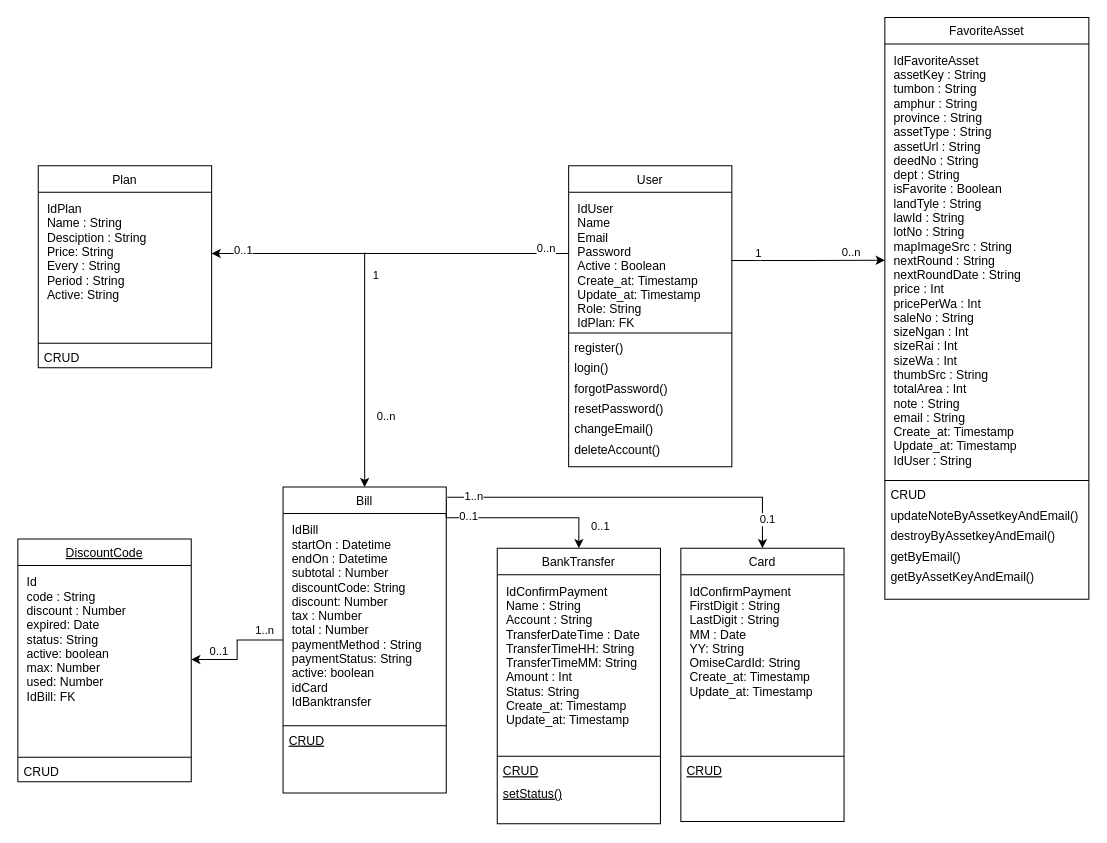
Chawn/pramoolquick-laravel-vue keeps this draw.io diagram as Pramool Quick Laravel-Vue.drawio. Above is the earlier version. Source tidied: cells renumbered, new cells numbered last; positions are measured from the earlier drawing's top-left corner, leaving out a move shared by most shapes. Both pictures are drawn from the tidied source at 102%, with x=0, y=0 at pixel (17, 17).
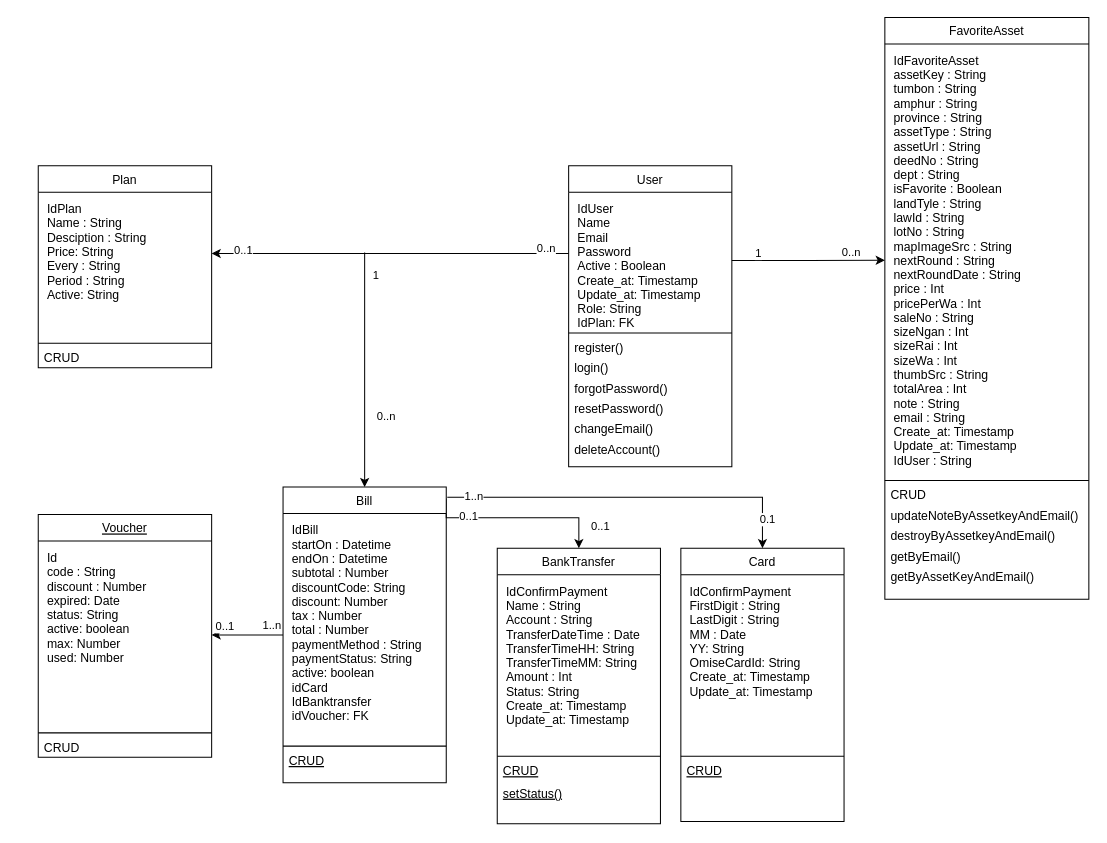
The same page after the edit.

The edit, as a diff of the source:
```diff
@@
     <mxCell id="47" value="Bill" style="swimlane;fontStyle=0;align=center;verticalAlign=top;horizontal=1;startSize=26;rounded=0;shadow=0;strokeWidth=1;" parent="1" vertex="1">
-      <mxGeometry x="260" y="460" width="160" height="300" as="geometry" />
+      <mxGeometry x="260" y="460" width="160" height="290" as="geometry" />
     </mxCell>
-    <mxCell id="48" value="IdBill&#10;startOn : Datetime&#10;endOn : Datetime&#10;subtotal : Number&#10;discountCode: String&#10;discount: Number&#10;tax : Number&#10;total : Number&#10;paymentMethod : String&#10;paymentStatus: String&#10;active: boolean&#10;idCard&#10;IdBanktransfer" style="text;align=left;verticalAlign=top;spacingLeft=4;spacingRight=4;overflow=hidden;spacingTop=0;fontSize=12;spacingBottom=0;spacing=5;" parent="47" vertex="1">
-      <mxGeometry y="26" width="160" height="204" as="geometry" />
+    <mxCell id="48" value="IdBill&#10;startOn : Datetime&#10;endOn : Datetime&#10;subtotal : Number&#10;discountCode: String&#10;discount: Number&#10;tax : Number&#10;total : Number&#10;paymentMethod : String&#10;paymentStatus: String&#10;active: boolean&#10;idCard&#10;IdBanktransfer&#10;idVoucher: FK" style="text;align=left;verticalAlign=top;spacingLeft=4;spacingRight=4;overflow=hidden;spacingTop=0;fontSize=12;spacingBottom=0;spacing=5;" parent="47" vertex="1">
+      <mxGeometry y="26" width="160" height="224" as="geometry" />
     </mxCell>
     <mxCell id="49" style="line;html=1;strokeWidth=1;align=left;verticalAlign=middle;spacingTop=-1;spacingLeft=3;spacingRight=3;labelPosition=right;" parent="47" vertex="1">
-      <mxGeometry y="230" width="160" height="8" as="geometry" />
+      <mxGeometry y="250" width="160" height="8" as="geometry" />
     </mxCell>
     <mxCell id="50" value="CRUD" style="text;align=left;verticalAlign=bottom;spacingLeft=4;spacingRight=4;overflow=hidden;fontStyle=4;" parent="47" vertex="1">
-      <mxGeometry y="238" width="160" height="20" as="geometry" />
+      <mxGeometry y="258" width="160" height="20" as="geometry" />
     </mxCell>
@@
-    <mxCell id="54" value="DiscountCode" style="swimlane;fontStyle=4;align=center;verticalAlign=top;horizontal=1;startSize=26;rounded=0;shadow=0;strokeWidth=1;" parent="1" vertex="1">
-      <mxGeometry y="511" width="170" height="238" as="geometry" />
+    <mxCell id="54" value="Voucher" style="swimlane;fontStyle=4;align=center;verticalAlign=top;horizontal=1;startSize=26;rounded=0;shadow=0;strokeWidth=1;" parent="1" vertex="1">
+      <mxGeometry x="20" y="487" width="170" height="238" as="geometry" />
     </mxCell>
-    <mxCell id="55" value="Id&#10;code : String&#10;discount : Number&#10;expired: Date&#10;status: String&#10;active: boolean&#10;max: Number&#10;used: Number&#10;IdBill: FK" style="text;align=left;verticalAlign=top;spacingLeft=4;spacingRight=4;overflow=hidden;points=[[0,0.5],[1,0.5]];portConstraint=eastwest;spacingTop=0;fontSize=12;spacingBottom=0;spacing=5;" parent="54" vertex="1">
+    <mxCell id="55" value="Id&#10;code : String&#10;discount : Number&#10;expired: Date&#10;status: String&#10;active: boolean&#10;max: Number&#10;used: Number" style="text;align=left;verticalAlign=top;spacingLeft=4;spacingRight=4;overflow=hidden;points=[[0,0.5],[1,0.5]];portConstraint=eastwest;spacingTop=0;fontSize=12;spacingBottom=0;spacing=5;" parent="54" vertex="1">
       <mxGeometry y="26" width="170" height="184" as="geometry" />
     </mxCell>
```
